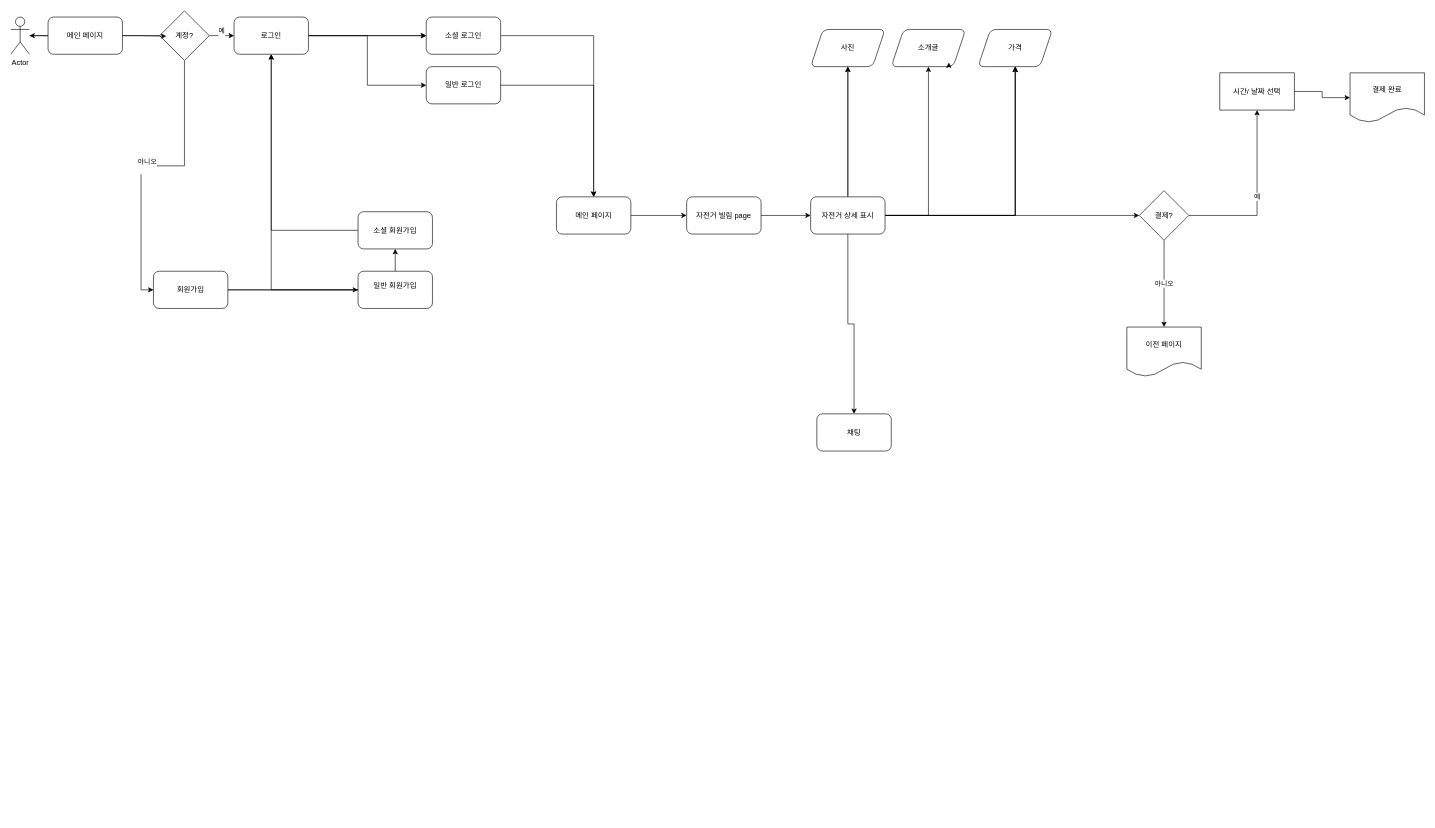
This is 제목 없는 다이어그램.drawio from Dev-SSW/Airbicycle, a draw.io file, before an edit. Source tidied: cells renumbered, new cells numbered last; positions are measured from the earlier drawing's top-left corner, leaving out a move shared by most shapes. Both pictures are drawn from the tidied source at 62%, with x=0, y=0 at pixel (11, 11).
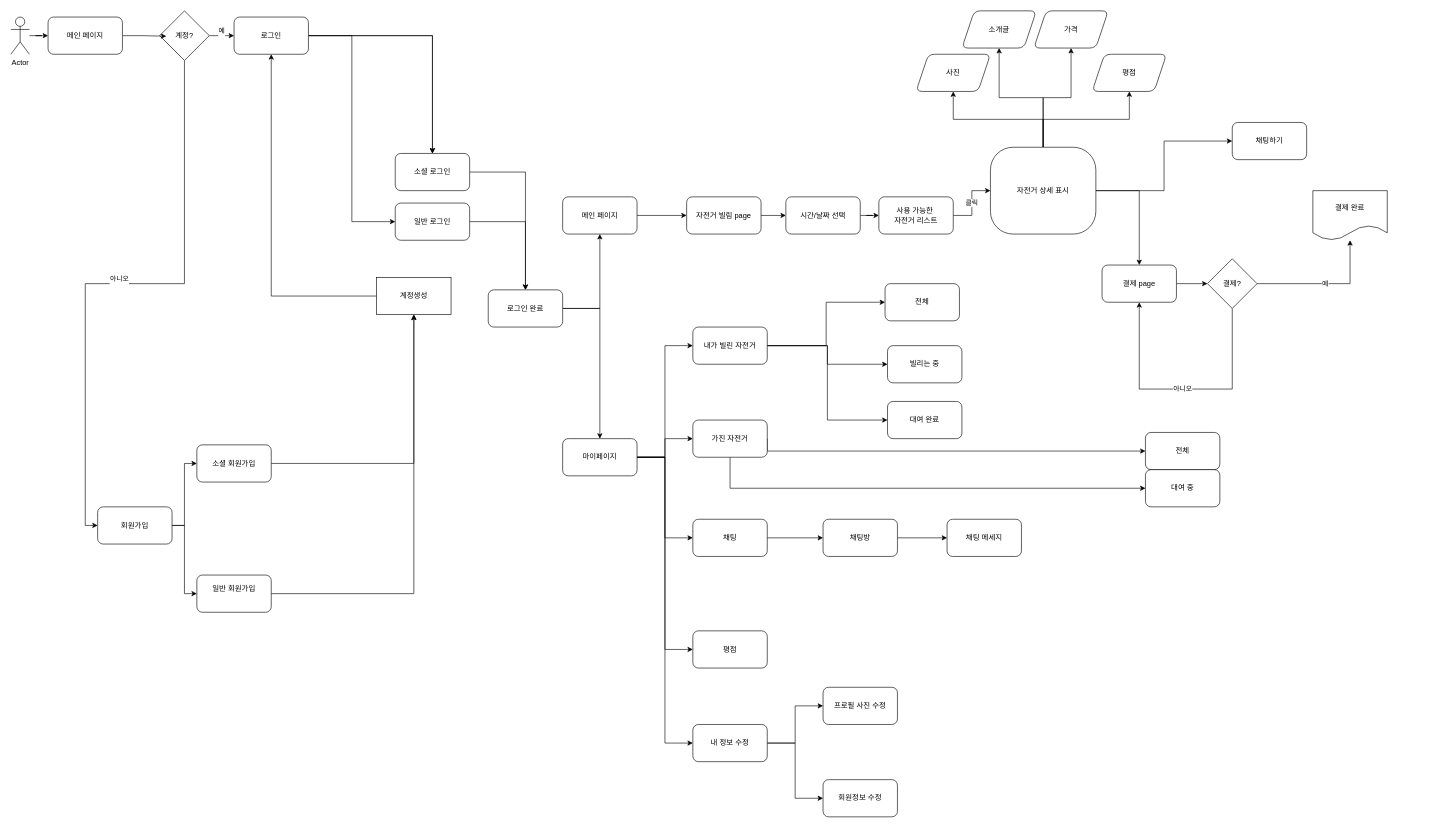
Above is the later version.

Commit message:
제목 없는 다이어그램.drawio 업데이트

The change refers to these unchanged cells:
```xml
<mxCell id="2" value="Actor" style="shape=umlActor;verticalLabelPosition=bottom;verticalAlign=top;html=1;outlineConnect=0;" parent="1" vertex="1">
  <mxGeometry y="10" width="30" height="60" as="geometry" />
</mxCell>
<mxCell id="6" value="계정?" style="rhombus;whiteSpace=wrap;html=1;rounded=0;" parent="1" vertex="1">
  <mxGeometry x="240" width="80" height="80" as="geometry" />
</mxCell>
<mxCell id="11" value="로그인" style="rounded=1;whiteSpace=wrap;html=1;" parent="1" vertex="1">
  <mxGeometry x="360" y="10" width="120" height="60" as="geometry" />
</mxCell>
<mxCell id="19" value="메인 페이지" style="rounded=1;whiteSpace=wrap;html=1;" parent="1" vertex="1">
  <mxGeometry x="60" y="10" width="120" height="60" as="geometry" />
</mxCell>
<mxCell id="28" value="자전거 빌림 page" style="rounded=1;whiteSpace=wrap;html=1;" parent="1" vertex="1">
  <mxGeometry x="1090" y="300" width="120" height="60" as="geometry" />
</mxCell>
```

Diff of the diagram source:
```diff
@@
+    <mxCell id="18" style="edgeStyle=orthogonalEdgeStyle;rounded=0;jettySize=auto;html=1;" parent="1" edge="1" source="2" target="19">
+      <mxGeometry relative="1" as="geometry" />
+    </mxCell>
@@
-    <mxCell id="5" style="edgeStyle=orthogonalEdgeStyle;rounded=0;jettySize=auto;html=1;" parent="1" edge="1" source="6" target="2">
-      <mxGeometry relative="1" as="geometry" />
-    </mxCell>
@@
+    <mxCell id="13" style="edgeStyle=orthogonalEdgeStyle;rounded=0;jettySize=auto;html=1;entryX=0;entryY=0.5;entryDx=0;entryDy=0;" parent="1" edge="1" source="14" target="23">
+      <mxGeometry relative="1" as="geometry" />
+    </mxCell>
-    <mxCell id="12" style="edgeStyle=orthogonalEdgeStyle;rounded=0;jettySize=auto;html=1;" parent="1" edge="1" source="14" target="21">
+    <mxCell id="12" style="edgeStyle=orthogonalEdgeStyle;rounded=0;jettySize=auto;html=1;entryX=0;entryY=0.5;entryDx=0;entryDy=0;" parent="1" edge="1" source="14" target="21">
       <mxGeometry relative="1" as="geometry" />
     </mxCell>
-    <mxCell id="13" style="edgeStyle=orthogonalEdgeStyle;rounded=0;jettySize=auto;html=1;entryX=0;entryY=0.5;entryDx=0;entryDy=0;" parent="1" edge="1" source="14" target="23">
-      <mxGeometry relative="1" as="geometry" />
-    </mxCell>
     <mxCell id="14" value="회원가입" style="rounded=1;whiteSpace=wrap;html=1;" parent="1" vertex="1">
-      <mxGeometry x="230" y="420" width="120" height="60" as="geometry" />
+      <mxGeometry x="140" y="800" width="120" height="60" as="geometry" />
     </mxCell>
-    <mxCell id="15" style="edgeStyle=orthogonalEdgeStyle;rounded=0;jettySize=auto;html=1;" parent="1" edge="1" source="16" target="25">
-      <mxGeometry relative="1" as="geometry" />
-    </mxCell>
+    <mxCell id="50" style="edgeStyle=orthogonalEdgeStyle;rounded=0;jettySize=auto;html=1;entryX=0.5;entryY=0;entryDx=0;entryDy=0;" parent="1" edge="1" source="16" target="76">
+      <mxGeometry relative="1" as="geometry" />
+    </mxCell>
     <mxCell id="16" value="소셜 로그인" style="rounded=1;whiteSpace=wrap;html=1;" parent="1" vertex="1">
-      <mxGeometry x="670" y="10" width="120" height="60" as="geometry" />
+      <mxGeometry x="620" y="230" width="120" height="60" as="geometry" />
     </mxCell>
+    <mxCell id="51" style="edgeStyle=orthogonalEdgeStyle;rounded=0;jettySize=auto;html=1;entryX=0.5;entryY=0;entryDx=0;entryDy=0;" parent="1" edge="1" source="17" target="76">
+      <mxGeometry relative="1" as="geometry" />
+    </mxCell>
     <mxCell id="17" value="일반 로그인" style="rounded=1;whiteSpace=wrap;html=1;" parent="1" vertex="1">
-      <mxGeometry x="670" y="90" width="120" height="60" as="geometry" />
+      <mxGeometry x="620" y="310" width="120" height="60" as="geometry" />
     </mxCell>
-    <mxCell id="18" style="edgeStyle=orthogonalEdgeStyle;rounded=0;jettySize=auto;html=1;entryX=0.134;entryY=0.511;entryDx=0;entryDy=0;entryPerimeter=0;" parent="1" edge="1" source="2" target="19">
-      <mxGeometry relative="1" as="geometry" />
-    </mxCell>
@@
-    <mxCell id="20" style="edgeStyle=orthogonalEdgeStyle;rounded=0;jettySize=auto;html=1;" parent="1" edge="1" source="21" target="11">
-      <mxGeometry relative="1" as="geometry" />
-    </mxCell>
+    <mxCell id="52" style="edgeStyle=orthogonalEdgeStyle;rounded=0;jettySize=auto;html=1;" parent="1" edge="1" source="21" target="60">
+      <mxGeometry relative="1" as="geometry" />
+    </mxCell>
     <mxCell id="21" value="소셜 회원가입" style="rounded=1;whiteSpace=wrap;html=1;" parent="1" vertex="1">
-      <mxGeometry x="560" y="324" width="120" height="60" as="geometry" />
+      <mxGeometry x="300" y="700" width="120" height="60" as="geometry" />
     </mxCell>
-    <mxCell id="22" style="edgeStyle=orthogonalEdgeStyle;rounded=0;jettySize=auto;html=1;" parent="1" edge="1" source="23" target="11">
-      <mxGeometry relative="1" as="geometry" />
-    </mxCell>
+    <mxCell id="53" style="edgeStyle=orthogonalEdgeStyle;rounded=0;jettySize=auto;html=1;entryX=0.5;entryY=1;entryDx=0;entryDy=0;" parent="1" edge="1" source="23" target="60">
+      <mxGeometry relative="1" as="geometry" />
+    </mxCell>
     <mxCell id="23" value="일반 회원가입&lt;div&gt;&lt;br&gt;&lt;/div&gt;" style="rounded=1;whiteSpace=wrap;html=1;" parent="1" vertex="1">
-      <mxGeometry x="560" y="420" width="120" height="60" as="geometry" />
+      <mxGeometry x="300" y="910" width="120" height="60" as="geometry" />
     </mxCell>
@@
     <mxCell id="25" value="메인 페이지" style="rounded=1;whiteSpace=wrap;html=1;" parent="1" vertex="1">
-      <mxGeometry x="880" y="300" width="120" height="60" as="geometry" />
+      <mxGeometry x="890" y="300" width="120" height="60" as="geometry" />
     </mxCell>
-    <mxCell id="26" style="edgeStyle=orthogonalEdgeStyle;rounded=0;jettySize=auto;html=1;" parent="1" edge="1" source="17" target="25">
-      <mxGeometry relative="1" as="geometry" />
-    </mxCell>
-    <mxCell id="27" style="edgeStyle=orthogonalEdgeStyle;rounded=0;jettySize=auto;html=1;" parent="1" edge="1" source="28" target="36">
-      <mxGeometry relative="1" as="geometry" />
-    </mxCell>
+    <mxCell id="54" style="edgeStyle=orthogonalEdgeStyle;rounded=0;jettySize=auto;html=1;" parent="1" edge="1" source="28" target="62">
+      <mxGeometry relative="1" as="geometry" />
+    </mxCell>
@@
-    <mxCell id="29" style="edgeStyle=orthogonalEdgeStyle;rounded=0;jettySize=auto;html=1;" parent="1" edge="1" source="36" target="37">
-      <mxGeometry relative="1" as="geometry" />
-    </mxCell>
-    <mxCell id="30" style="edgeStyle=orthogonalEdgeStyle;rounded=0;jettySize=auto;html=1;" parent="1" edge="1" source="36" target="49">
-      <mxGeometry relative="1" as="geometry" />
-    </mxCell>
-    <mxCell id="31" style="edgeStyle=orthogonalEdgeStyle;rounded=0;jettySize=auto;html=1;" parent="1" edge="1" source="36" target="42">
-      <mxGeometry relative="1" as="geometry" />
-    </mxCell>
-    <mxCell id="32" style="edgeStyle=orthogonalEdgeStyle;rounded=0;jettySize=auto;html=1;" parent="1" edge="1" source="36" target="45">
+    <mxCell id="32" style="edgeStyle=orthogonalEdgeStyle;rounded=0;jettySize=auto;html=1;entryX=0;entryY=0.5;entryDx=0;entryDy=0;" parent="1" edge="1" source="36" target="45">
       <mxGeometry relative="1" as="geometry" />
     </mxCell>
-    <mxCell id="33" style="edgeStyle=orthogonalEdgeStyle;rounded=0;jettySize=auto;html=1;" parent="1" edge="1" source="36" target="49">
-      <mxGeometry relative="1" as="geometry" />
-    </mxCell>
-    <mxCell id="34" style="edgeStyle=orthogonalEdgeStyle;rounded=0;jettySize=auto;html=1;" parent="1" edge="1" source="36" target="37">
-      <mxGeometry relative="1" as="geometry" />
-    </mxCell>
@@
+    <mxCell id="55" style="edgeStyle=orthogonalEdgeStyle;rounded=0;jettySize=auto;html=1;" parent="1" edge="1" source="36" target="49">
+      <mxGeometry relative="1" as="geometry" />
+    </mxCell>
+    <mxCell id="56" style="edgeStyle=orthogonalEdgeStyle;rounded=0;jettySize=auto;html=1;" parent="1" edge="1" source="36" target="65">
+      <mxGeometry relative="1" as="geometry" />
+    </mxCell>
+    <mxCell id="57" style="edgeStyle=orthogonalEdgeStyle;rounded=0;jettySize=auto;html=1;" parent="1" edge="1" source="36" target="37">
+      <mxGeometry relative="1" as="geometry" />
+    </mxCell>
+    <mxCell id="58" style="edgeStyle=orthogonalEdgeStyle;rounded=0;jettySize=auto;html=1;" parent="1" edge="1" source="36" target="67">
+      <mxGeometry relative="1" as="geometry" />
+    </mxCell>
-    <mxCell id="36" value="자전거 상세 표시" style="rounded=1;whiteSpace=wrap;html=1;" parent="1" vertex="1">
-      <mxGeometry x="1290" y="300" width="120" height="60" as="geometry" />
+    <mxCell id="36" value="자전거 상세 표시" style="rounded=1;whiteSpace=wrap;html=1;arcSize=26;" parent="1" vertex="1">
+      <mxGeometry x="1580" y="220" width="170" height="140" as="geometry" />
     </mxCell>
     <mxCell id="37" value="&lt;div&gt;사진&lt;/div&gt;" style="shape=parallelogram;perimeter=parallelogramPerimeter;whiteSpace=wrap;html=1;fixedSize=1;rounded=1;" parent="1" vertex="1">
-      <mxGeometry x="1290" y="30" width="120" height="60" as="geometry" />
+      <mxGeometry x="1460" y="70" width="120" height="60" as="geometry" />
     </mxCell>
     <mxCell id="38" value="&lt;div&gt;소개글&lt;/div&gt;" style="shape=parallelogram;perimeter=parallelogramPerimeter;whiteSpace=wrap;html=1;fixedSize=1;rounded=1;" parent="1" vertex="1">
-      <mxGeometry x="1420" y="30" width="120" height="60" as="geometry" />
+      <mxGeometry x="1534" width="120" height="60" as="geometry" />
     </mxCell>
-    <mxCell id="39" style="edgeStyle=orthogonalEdgeStyle;rounded=0;orthogonalLoop=1;jettySize=auto;html=1;exitX=0.75;exitY=1;exitDx=0;exitDy=0;entryX=0.774;entryY=0.89;entryDx=0;entryDy=0;entryPerimeter=0;" parent="1" edge="1" source="38" target="38">
-      <mxGeometry relative="1" as="geometry" />
-    </mxCell>
-    <mxCell id="40" value="예" style="edgeStyle=orthogonalEdgeStyle;rounded=0;jettySize=auto;html=1;" parent="1" edge="1" source="42" target="44">
+    <mxCell id="40" value="예" style="edgeStyle=orthogonalEdgeStyle;rounded=0;jettySize=auto;html=1;" parent="1" edge="1" source="42" target="46">
       <mxGeometry relative="1" as="geometry" />
     </mxCell>
-    <mxCell id="41" value="아니오" style="edgeStyle=orthogonalEdgeStyle;rounded=0;jettySize=auto;html=1;" parent="1" edge="1" source="42" target="47">
-      <mxGeometry relative="1" as="geometry" />
+    <mxCell id="41" value="아니오" style="edgeStyle=orthogonalEdgeStyle;rounded=0;jettySize=auto;html=1;entryX=0.5;entryY=1;entryDx=0;entryDy=0;" parent="1" edge="1" source="42" target="67">
+      <mxGeometry relative="1" as="geometry">
+        <Array as="points">
+          <mxPoint x="1970" y="610" />
+          <mxPoint x="1820" y="610" />
+        </Array>
+      </mxGeometry>
     </mxCell>
     <mxCell id="42" value="결제?" style="rhombus;whiteSpace=wrap;html=1;" parent="1" vertex="1">
-      <mxGeometry x="1820" y="290" width="80" height="80" as="geometry" />
+      <mxGeometry x="1930" y="400" width="80" height="80" as="geometry" />
     </mxCell>
-    <mxCell id="43" style="edgeStyle=orthogonalEdgeStyle;rounded=0;jettySize=auto;html=1;" parent="1" edge="1" source="44" target="46">
-      <mxGeometry relative="1" as="geometry" />
-    </mxCell>
-    <mxCell id="44" value="시간/ 날짜 선택" style="whiteSpace=wrap;html=1;" parent="1" vertex="1">
-      <mxGeometry x="1950" y="100" width="120" height="60" as="geometry" />
-    </mxCell>
-    <mxCell id="45" value="채팅" style="rounded=1;whiteSpace=wrap;html=1;" parent="1" vertex="1">
-      <mxGeometry x="1300" y="650" width="120" height="60" as="geometry" />
+    <mxCell id="45" value="채팅하기" style="rounded=1;whiteSpace=wrap;html=1;" parent="1" vertex="1">
+      <mxGeometry x="1970" y="180" width="120" height="60" as="geometry" />
     </mxCell>
+    <mxCell id="49" value="&lt;div&gt;가격&lt;/div&gt;" style="shape=parallelogram;perimeter=parallelogramPerimeter;whiteSpace=wrap;html=1;fixedSize=1;rounded=1;" parent="1" vertex="1">
+      <mxGeometry x="1650" width="120" height="60" as="geometry" />
+    </mxCell>
+    <mxCell id="59" style="edgeStyle=orthogonalEdgeStyle;rounded=0;jettySize=auto;html=1;" parent="1" edge="1" source="60" target="11">
+      <mxGeometry relative="1" as="geometry" />
+    </mxCell>
+    <mxCell id="60" value="계정생성" style="rounded=0;whiteSpace=wrap;html=1;" parent="1" vertex="1">
+      <mxGeometry x="590" y="430" width="120" height="60" as="geometry" />
+    </mxCell>
+    <mxCell id="61" style="edgeStyle=orthogonalEdgeStyle;rounded=0;jettySize=auto;html=1;" parent="1" edge="1" source="62" target="64">
+      <mxGeometry relative="1" as="geometry" />
+    </mxCell>
+    <mxCell id="62" value="시간/날짜 선택" style="rounded=1;whiteSpace=wrap;html=1;" parent="1" vertex="1">
+      <mxGeometry x="1250" y="300" width="120" height="60" as="geometry" />
+    </mxCell>
+    <mxCell id="63" value="클릭" style="edgeStyle=orthogonalEdgeStyle;rounded=0;jettySize=auto;html=1;" parent="1" edge="1" source="64" target="36">
+      <mxGeometry relative="1" as="geometry" />
+    </mxCell>
+    <mxCell id="64" value="사용 가능한&amp;nbsp;&lt;div&gt;자전거 리스트&lt;/div&gt;" style="rounded=1;whiteSpace=wrap;html=1;" parent="1" vertex="1">
+      <mxGeometry x="1400" y="300" width="120" height="60" as="geometry" />
+    </mxCell>
+    <mxCell id="65" value="&lt;div&gt;평점&lt;/div&gt;" style="shape=parallelogram;perimeter=parallelogramPerimeter;whiteSpace=wrap;html=1;fixedSize=1;rounded=1;" parent="1" vertex="1">
+      <mxGeometry x="1744" y="70" width="120" height="60" as="geometry" />
+    </mxCell>
+    <mxCell id="66" style="edgeStyle=orthogonalEdgeStyle;rounded=0;jettySize=auto;html=1;" parent="1" edge="1" source="67" target="42">
+      <mxGeometry relative="1" as="geometry" />
+    </mxCell>
+    <mxCell id="67" value="결제 page" style="rounded=1;whiteSpace=wrap;html=1;" parent="1" vertex="1">
+      <mxGeometry x="1760" y="410" width="120" height="60" as="geometry" />
+    </mxCell>
     <mxCell id="46" value="결제 완료" style="shape=document;whiteSpace=wrap;html=1;boundedLbl=1;" parent="1" vertex="1">
-      <mxGeometry x="2160" y="100" width="120" height="80" as="geometry" />
+      <mxGeometry x="2100" y="290" width="120" height="80" as="geometry" />
     </mxCell>
-    <mxCell id="47" value="이전 페이지" style="shape=document;whiteSpace=wrap;html=1;boundedLbl=1;" parent="1" vertex="1">
-      <mxGeometry x="1800" y="510" width="120" height="80" as="geometry" />
-    </mxCell>
-    <mxCell id="48" style="edgeStyle=orthogonalEdgeStyle;rounded=0;jettySize=auto;html=1;" parent="1" edge="1" source="36" target="49">
-      <mxGeometry relative="1" as="geometry" />
-    </mxCell>
-    <mxCell id="49" value="&lt;div&gt;가격&lt;/div&gt;" style="shape=parallelogram;perimeter=parallelogramPerimeter;whiteSpace=wrap;html=1;fixedSize=1;rounded=1;" parent="1" vertex="1">
-      <mxGeometry x="1560" y="30" width="120" height="60" as="geometry" />
-    </mxCell>
+    <mxCell id="68" style="edgeStyle=orthogonalEdgeStyle;rounded=0;jettySize=auto;html=1;entryX=0;entryY=0.5;entryDx=0;entryDy=0;" parent="1" edge="1" source="73" target="80">
+      <mxGeometry relative="1" as="geometry" />
+    </mxCell>
+    <mxCell id="69" style="edgeStyle=orthogonalEdgeStyle;rounded=0;jettySize=auto;html=1;" parent="1" edge="1" source="73" target="83">
+      <mxGeometry relative="1" as="geometry" />
+    </mxCell>
+    <mxCell id="70" style="edgeStyle=orthogonalEdgeStyle;rounded=0;jettySize=auto;html=1;entryX=0;entryY=0.5;entryDx=0;entryDy=0;" parent="1" edge="1" source="73" target="85">
+      <mxGeometry relative="1" as="geometry" />
+    </mxCell>
+    <mxCell id="71" style="edgeStyle=orthogonalEdgeStyle;rounded=0;jettySize=auto;html=1;entryX=0;entryY=0.5;entryDx=0;entryDy=0;" parent="1" edge="1" source="73" target="94">
+      <mxGeometry relative="1" as="geometry" />
+    </mxCell>
+    <mxCell id="72" style="edgeStyle=orthogonalEdgeStyle;rounded=0;jettySize=auto;html=1;entryX=0;entryY=0.5;entryDx=0;entryDy=0;" parent="1" edge="1" source="73" target="97">
+      <mxGeometry relative="1" as="geometry" />
+    </mxCell>
+    <mxCell id="73" value="마이페이지" style="rounded=1;whiteSpace=wrap;html=1;" parent="1" vertex="1">
+      <mxGeometry x="890" y="690" width="120" height="60" as="geometry" />
+    </mxCell>
+    <mxCell id="74" style="edgeStyle=orthogonalEdgeStyle;rounded=0;jettySize=auto;html=1;entryX=0.5;entryY=1;entryDx=0;entryDy=0;" parent="1" edge="1" source="76" target="25">
+      <mxGeometry relative="1" as="geometry">
+        <Array as="points">
+          <mxPoint x="950" y="480" />
+        </Array>
+      </mxGeometry>
+    </mxCell>
+    <mxCell id="75" style="edgeStyle=orthogonalEdgeStyle;rounded=0;jettySize=auto;html=1;entryX=0.5;entryY=0;entryDx=0;entryDy=0;" parent="1" edge="1" source="76" target="73">
+      <mxGeometry relative="1" as="geometry">
+        <Array as="points">
+          <mxPoint x="950" y="480" />
+        </Array>
+      </mxGeometry>
+    </mxCell>
+    <mxCell id="76" value="로그인 완료" style="rounded=1;whiteSpace=wrap;html=1;" parent="1" vertex="1">
+      <mxGeometry x="770" y="450" width="120" height="60" as="geometry" />
+    </mxCell>
+    <mxCell id="77" style="edgeStyle=orthogonalEdgeStyle;rounded=0;jettySize=auto;html=1;entryX=0;entryY=0.5;entryDx=0;entryDy=0;" parent="1" edge="1" source="80" target="89">
+      <mxGeometry relative="1" as="geometry" />
+    </mxCell>
+    <mxCell id="78" style="edgeStyle=orthogonalEdgeStyle;rounded=0;jettySize=auto;html=1;entryX=0;entryY=0.5;entryDx=0;entryDy=0;" parent="1" edge="1" source="80" target="90">
+      <mxGeometry relative="1" as="geometry" />
+    </mxCell>
+    <mxCell id="79" style="edgeStyle=orthogonalEdgeStyle;rounded=0;jettySize=auto;html=1;entryX=0;entryY=0.5;entryDx=0;entryDy=0;" parent="1" edge="1" source="80" target="91">
+      <mxGeometry relative="1" as="geometry" />
+    </mxCell>
+    <mxCell id="80" value="내가 빌린 자전거" style="rounded=1;whiteSpace=wrap;html=1;" parent="1" vertex="1">
+      <mxGeometry x="1100" y="510" width="120" height="60" as="geometry" />
+    </mxCell>
+    <mxCell id="81" style="edgeStyle=orthogonalEdgeStyle;rounded=0;jettySize=auto;html=1;exitX=1;exitY=0.5;exitDx=0;exitDy=0;entryX=0;entryY=0.5;entryDx=0;entryDy=0;" parent="1" edge="1" source="83" target="92">
+      <mxGeometry relative="1" as="geometry">
+        <Array as="points">
+          <mxPoint x="1220" y="710" />
+        </Array>
+      </mxGeometry>
+    </mxCell>
+    <mxCell id="82" style="edgeStyle=orthogonalEdgeStyle;rounded=0;jettySize=auto;html=1;entryX=0;entryY=0.5;entryDx=0;entryDy=0;" parent="1" edge="1" source="83" target="93">
+      <mxGeometry relative="1" as="geometry">
+        <Array as="points">
+          <mxPoint x="1160" y="770" />
+          <mxPoint x="1830" y="770" />
+        </Array>
+      </mxGeometry>
+    </mxCell>
+    <mxCell id="83" value="가진 자전거" style="rounded=1;whiteSpace=wrap;html=1;" parent="1" vertex="1">
+      <mxGeometry x="1100" y="660" width="120" height="60" as="geometry" />
+    </mxCell>
+    <mxCell id="84" style="edgeStyle=orthogonalEdgeStyle;rounded=0;jettySize=auto;html=1;" parent="1" edge="1" source="85" target="87">
+      <mxGeometry relative="1" as="geometry" />
+    </mxCell>
+    <mxCell id="85" value="채팅" style="rounded=1;whiteSpace=wrap;html=1;" parent="1" vertex="1">
+      <mxGeometry x="1100" y="820" width="120" height="60" as="geometry" />
+    </mxCell>
+    <mxCell id="86" style="edgeStyle=orthogonalEdgeStyle;rounded=0;jettySize=auto;html=1;" parent="1" edge="1" source="87" target="88">
+      <mxGeometry relative="1" as="geometry" />
+    </mxCell>
+    <mxCell id="87" value="채팅방" style="rounded=1;whiteSpace=wrap;html=1;" parent="1" vertex="1">
+      <mxGeometry x="1310" y="820" width="120" height="60" as="geometry" />
+    </mxCell>
+    <mxCell id="88" value="채팅 메세지" style="rounded=1;whiteSpace=wrap;html=1;" parent="1" vertex="1">
+      <mxGeometry x="1510" y="820" width="120" height="60" as="geometry" />
+    </mxCell>
+    <mxCell id="89" value="전체" style="rounded=1;whiteSpace=wrap;html=1;" parent="1" vertex="1">
+      <mxGeometry x="1410" y="440" width="120" height="60" as="geometry" />
+    </mxCell>
+    <mxCell id="90" value="빌리는 중" style="rounded=1;whiteSpace=wrap;html=1;" parent="1" vertex="1">
+      <mxGeometry x="1414" y="540" width="120" height="60" as="geometry" />
+    </mxCell>
+    <mxCell id="91" value="대여 완료" style="rounded=1;whiteSpace=wrap;html=1;" parent="1" vertex="1">
+      <mxGeometry x="1414" y="630" width="120" height="60" as="geometry" />
+    </mxCell>
+    <mxCell id="92" value="전체" style="rounded=1;whiteSpace=wrap;html=1;" parent="1" vertex="1">
+      <mxGeometry x="1830" y="680" width="120" height="60" as="geometry" />
+    </mxCell>
+    <mxCell id="93" value="대여 중" style="rounded=1;whiteSpace=wrap;html=1;" parent="1" vertex="1">
+      <mxGeometry x="1830" y="740" width="120" height="60" as="geometry" />
+    </mxCell>
+    <mxCell id="94" value="평점" style="rounded=1;whiteSpace=wrap;html=1;" parent="1" vertex="1">
+      <mxGeometry x="1100" y="1000" width="120" height="60" as="geometry" />
+    </mxCell>
+    <mxCell id="95" style="edgeStyle=orthogonalEdgeStyle;rounded=0;jettySize=auto;html=1;entryX=0;entryY=0.5;entryDx=0;entryDy=0;" parent="1" edge="1" source="97" target="98">
+      <mxGeometry relative="1" as="geometry" />
+    </mxCell>
+    <mxCell id="96" style="edgeStyle=orthogonalEdgeStyle;rounded=0;jettySize=auto;html=1;entryX=0;entryY=0.5;entryDx=0;entryDy=0;" parent="1" edge="1" source="97" target="99">
+      <mxGeometry relative="1" as="geometry" />
+    </mxCell>
+    <mxCell id="97" value="내 정보 수정" style="rounded=1;whiteSpace=wrap;html=1;" parent="1" vertex="1">
+      <mxGeometry x="1100" y="1151" width="120" height="60" as="geometry" />
+    </mxCell>
+    <mxCell id="98" value="프로필 사진 수정" style="rounded=1;whiteSpace=wrap;html=1;" parent="1" vertex="1">
+      <mxGeometry x="1310" y="1091" width="120" height="60" as="geometry" />
+    </mxCell>
+    <mxCell id="99" value="회원정보 수정" style="rounded=1;whiteSpace=wrap;html=1;" parent="1" vertex="1">
+      <mxGeometry x="1310" y="1240" width="120" height="60" as="geometry" />
+    </mxCell>
```
